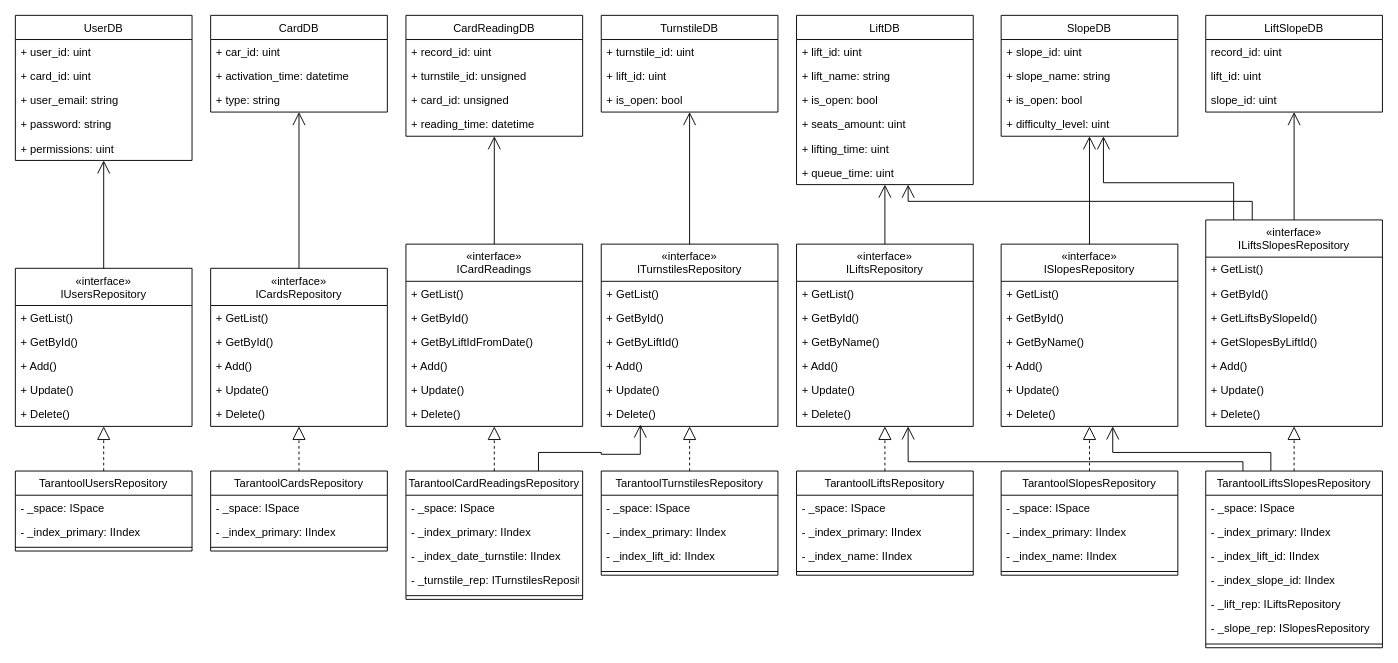
Above: docs/imgs/uml/data_access.drawio in alena-zayts/BMSTU_6sem_software_design (draw.io), before the change. Source tidied: cells renumbered, new cells numbered last; positions are measured from the earlier drawing's top-left corner, leaving out a move shared by most shapes. Both pictures are drawn from the tidied source at 93%, with x=0, y=0 at pixel (15, 15).
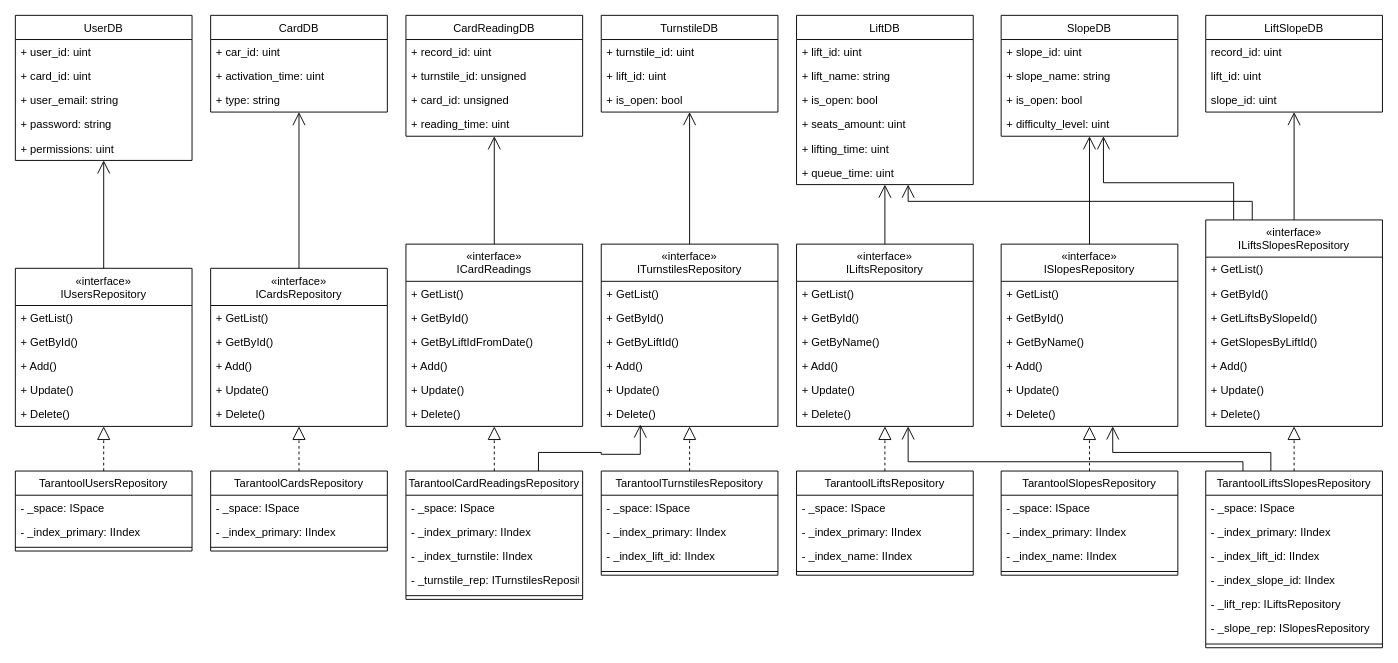
The same page after the edit.

Unchanged cells that the change refers to:
```xml
<mxCell id="8" value="CardDB" style="swimlane;fontStyle=0;horizontal=1;startSize=26;fillColor=none;" parent="1" vertex="1">
  <mxGeometry x="210" width="190" height="104" as="geometry" />
</mxCell>
<mxCell id="12" value="CardReadingDB" style="swimlane;fontStyle=0;horizontal=1;startSize=26;fillColor=none;" parent="1" vertex="1">
  <mxGeometry x="420" width="190" height="130" as="geometry" />
</mxCell>
<mxCell id="102" value="TarantoolCardReadingsRepository" style="swimlane;fontStyle=0;align=center;verticalAlign=top;horizontal=1;startSize=26;" parent="1" vertex="1">
  <mxGeometry x="420" y="490" width="190" height="138" as="geometry" />
</mxCell>
```

The edit, as a diff of the source:
```diff
@@
-    <mxCell id="10" value="+ activation_time: datetime" style="text;strokeColor=none;fillColor=none;align=left;verticalAlign=top;spacingLeft=4;spacingRight=4;overflow=hidden;" parent="8" vertex="1">
+    <mxCell id="10" value="+ activation_time: uint" style="text;strokeColor=none;fillColor=none;align=left;verticalAlign=top;spacingLeft=4;spacingRight=4;overflow=hidden;" parent="8" vertex="1">
       <mxGeometry y="52" width="190" height="26" as="geometry" />
     </mxCell>
@@
-    <mxCell id="16" value="+ reading_time: datetime" style="text;strokeColor=none;fillColor=none;align=left;verticalAlign=top;spacingLeft=4;spacingRight=4;overflow=hidden;" parent="12" vertex="1">
+    <mxCell id="16" value="+ reading_time: uint" style="text;strokeColor=none;fillColor=none;align=left;verticalAlign=top;spacingLeft=4;spacingRight=4;overflow=hidden;" parent="12" vertex="1">
       <mxGeometry y="104" width="190" height="26" as="geometry" />
     </mxCell>
@@
-    <mxCell id="105" value="- _index_date_turnstile: IIndex" style="text;strokeColor=none;fillColor=none;align=left;verticalAlign=top;spacingLeft=4;spacingRight=4;overflow=hidden;" parent="102" vertex="1">
+    <mxCell id="105" value="- _index_turnstile: IIndex" style="text;strokeColor=none;fillColor=none;align=left;verticalAlign=top;spacingLeft=4;spacingRight=4;overflow=hidden;" parent="102" vertex="1">
       <mxGeometry y="78" width="190" height="26" as="geometry" />
     </mxCell>
```
